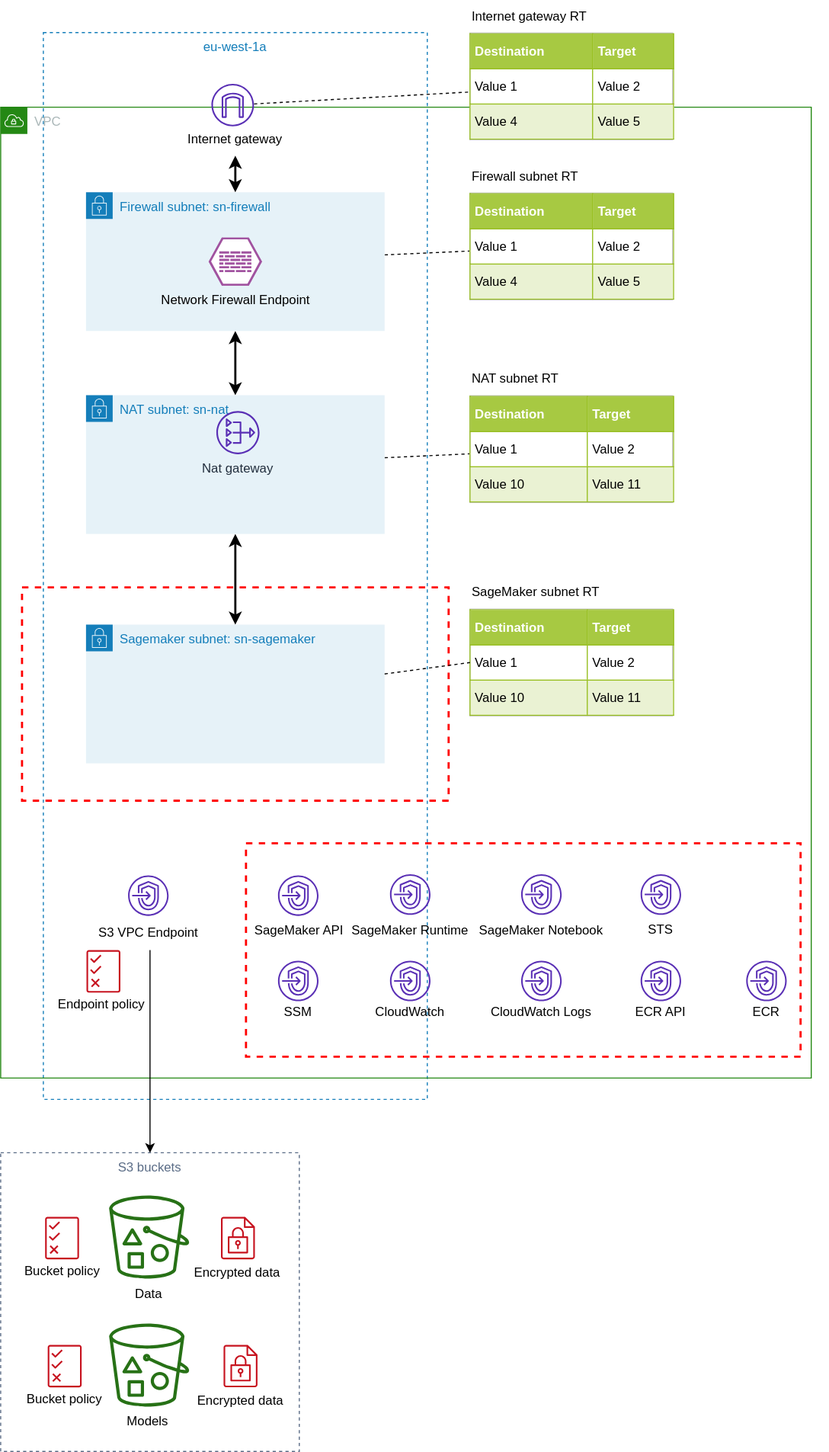
Earlier version of the draw.io export design/sagemaker-studio-vpc.drawio.svg (aws-samples/amazon-sagemaker-studio-vpc-networkfirewall). Source tidied: cells renumbered, new cells last; positions are measured from the earlier drawing's top-left corner, leaving out a move shared by most shapes.
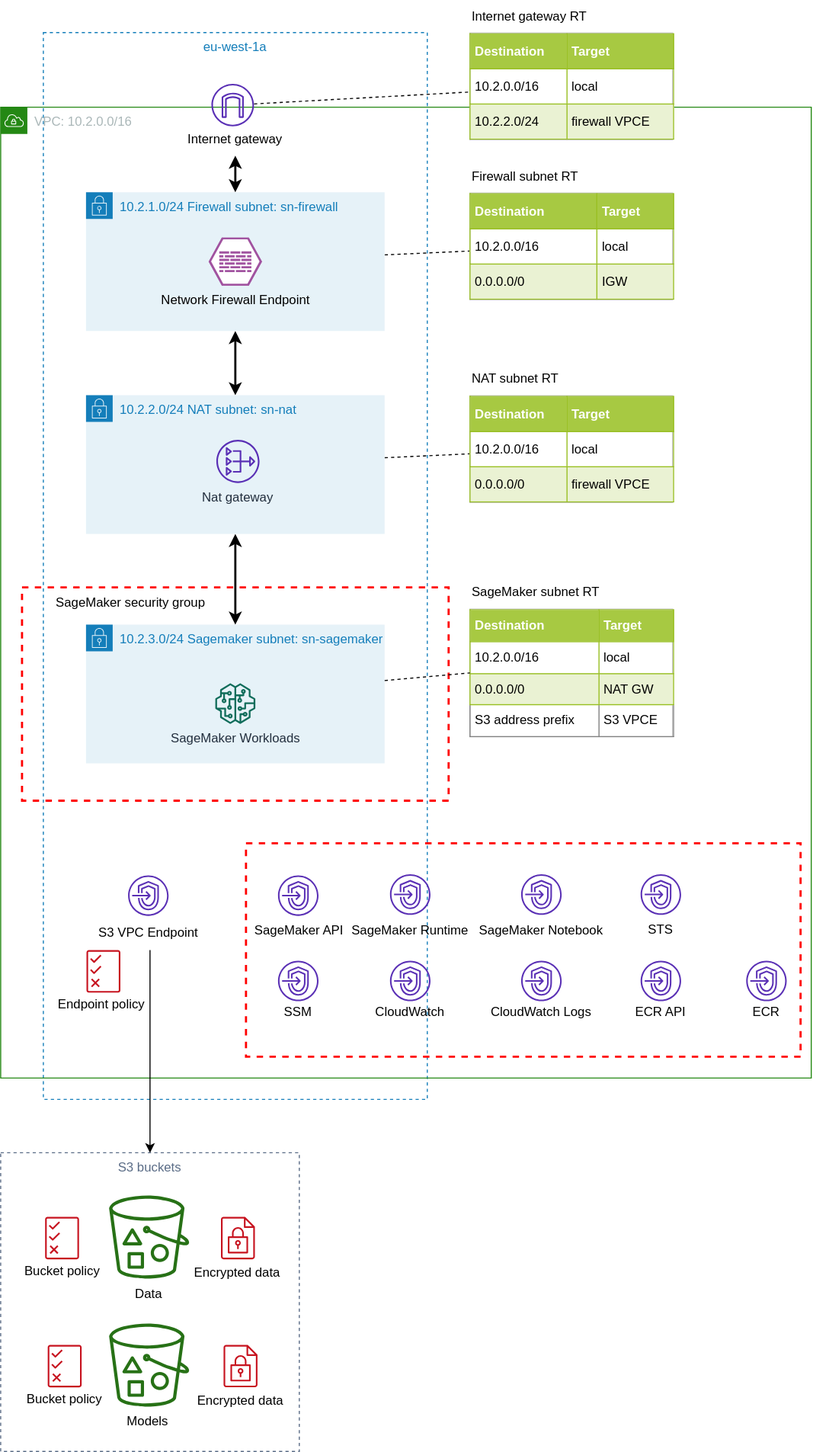
The same file after the commit.

What changed in the source:
```diff
@@ -8,15 +8,21 @@
     <mxCell id="3" value="S3 buckets" style="fillColor=none;strokeColor=#5A6C86;dashed=1;verticalAlign=top;fontStyle=0;fontColor=#5A6C86;align=center;" parent="1" vertex="1">
       <mxGeometry y="1080" width="280" height="280" as="geometry" />
     </mxCell>
-    <mxCell id="4" value="VPC" style="gradientColor=none;html=1;whiteSpace=wrap;fontSize=12;fontStyle=0;shape=mxgraph.aws4.group;grIcon=mxgraph.aws4.group_vpc;strokeColor=#248814;fillColor=none;verticalAlign=top;align=left;spacingLeft=30;fontColor=#AAB7B8;dashed=0;" parent="1" vertex="1">
+    <mxCell id="4" value="VPC: 10.2.0.0/16" style="gradientColor=none;html=1;whiteSpace=wrap;fontSize=12;fontStyle=0;shape=mxgraph.aws4.group;grIcon=mxgraph.aws4.group_vpc;strokeColor=#248814;fillColor=none;verticalAlign=top;align=left;spacingLeft=30;fontColor=#AAB7B8;dashed=0;" parent="1" vertex="1">
       <mxGeometry y="100" width="760" height="910" as="geometry" />
     </mxCell>
-    <mxCell id="5" value="SageMaker SecurityGroup" style="fontStyle=0;verticalAlign=top;align=center;spacingTop=-2;fillColor=none;rounded=0;whiteSpace=wrap;html=1;strokeColor=#FF0000;strokeWidth=2;dashed=1;fontColor=#FFFFFF;" parent="1" vertex="1">
+    <mxCell id="5" style="fontStyle=0;verticalAlign=top;align=center;spacingTop=-2;fillColor=none;rounded=0;whiteSpace=wrap;html=1;strokeColor=#FF0000;strokeWidth=2;dashed=1;fontColor=#FFFFFF;" parent="1" vertex="1">
       <mxGeometry x="20" y="550" width="400" height="200" as="geometry" />
     </mxCell>
-    <mxCell id="6" value="Sagemaker subnet: sn-sagemaker" style="points=[[0,0],[0.25,0],[0.5,0],[0.75,0],[1,0],[1,0.25],[1,0.5],[1,0.75],[1,1],[0.75,1],[0.5,1],[0.25,1],[0,1],[0,0.75],[0,0.5],[0,0.25]];outlineConnect=0;gradientColor=none;html=1;whiteSpace=wrap;fontSize=12;fontStyle=0;shape=mxgraph.aws4.group;grIcon=mxgraph.aws4.group_security_group;grStroke=0;strokeColor=#147EBA;fillColor=#E6F2F8;verticalAlign=top;align=left;spacingLeft=30;fontColor=#147EBA;dashed=0;" parent="5" vertex="1">
+    <mxCell id="6" value="10.2.3.0/24 Sagemaker subnet: sn-sagemaker" style="points=[[0,0],[0.25,0],[0.5,0],[0.75,0],[1,0],[1,0.25],[1,0.5],[1,0.75],[1,1],[0.75,1],[0.5,1],[0.25,1],[0,1],[0,0.75],[0,0.5],[0,0.25]];outlineConnect=0;gradientColor=none;html=1;whiteSpace=wrap;fontSize=12;fontStyle=0;shape=mxgraph.aws4.group;grIcon=mxgraph.aws4.group_security_group;grStroke=0;strokeColor=#147EBA;fillColor=#E6F2F8;verticalAlign=top;align=left;spacingLeft=30;fontColor=#147EBA;dashed=0;" parent="5" vertex="1">
       <mxGeometry x="60" y="35" width="280" height="130" as="geometry" />
     </mxCell>
+    <mxCell id="83" value="SageMaker security group" style="text;html=1;strokeColor=none;fillColor=none;align=left;verticalAlign=middle;whiteSpace=wrap;rounded=0;" parent="5" vertex="1">
+      <mxGeometry x="30" width="168" height="30.5" as="geometry" />
+    </mxCell>
+    <mxCell id="84" value="SageMaker Workloads" style="fontColor=#232F3E;gradientColor=none;fillColor=#116D5B;strokeColor=none;dashed=0;verticalLabelPosition=bottom;verticalAlign=top;align=center;html=1;fontSize=12;fontStyle=0;shape=mxgraph.aws4.sagemaker_model;" parent="5" vertex="1">
+      <mxGeometry x="181" y="90" width="38" height="38" as="geometry" />
+    </mxCell>
     <mxCell id="7" style="edgeStyle=orthogonalEdgeStyle;rounded=0;jettySize=auto;html=1;startArrow=classic;startFill=1;strokeWidth=2;" parent="1" edge="1" source="10" target="64">
       <mxGeometry relative="1" as="geometry" />
     </mxCell>
@@ -26,7 +32,7 @@
     <mxCell id="9" style="edgeStyle=none;rounded=0;jettySize=auto;html=1;dashed=1;startArrow=none;startFill=0;endArrow=none;endFill=0;strokeWidth=1;" parent="1" edge="1" source="10" target="73">
       <mxGeometry relative="1" as="geometry" />
     </mxCell>
-    <mxCell id="10" value="Firewall subnet: sn-firewall" style="points=[[0,0],[0.25,0],[0.5,0],[0.75,0],[1,0],[1,0.25],[1,0.5],[1,0.75],[1,1],[0.75,1],[0.5,1],[0.25,1],[0,1],[0,0.75],[0,0.5],[0,0.25]];outlineConnect=0;gradientColor=none;html=1;whiteSpace=wrap;fontSize=12;fontStyle=0;shape=mxgraph.aws4.group;grIcon=mxgraph.aws4.group_security_group;grStroke=0;strokeColor=#147EBA;fillColor=#E6F2F8;verticalAlign=top;align=left;spacingLeft=30;fontColor=#147EBA;dashed=0;" parent="1" vertex="1">
+    <mxCell id="10" value="10.2.1.0/24 Firewall subnet: sn-firewall" style="points=[[0,0],[0.25,0],[0.5,0],[0.75,0],[1,0],[1,0.25],[1,0.5],[1,0.75],[1,1],[0.75,1],[0.5,1],[0.25,1],[0,1],[0,0.75],[0,0.5],[0,0.25]];outlineConnect=0;gradientColor=none;html=1;whiteSpace=wrap;fontSize=12;fontStyle=0;shape=mxgraph.aws4.group;grIcon=mxgraph.aws4.group_security_group;grStroke=0;strokeColor=#147EBA;fillColor=#E6F2F8;verticalAlign=top;align=left;spacingLeft=30;fontColor=#147EBA;dashed=0;" parent="1" vertex="1">
       <mxGeometry x="80" y="179.8" width="280" height="130" as="geometry" />
     </mxCell>
     <mxCell id="11" value="Network Firewall Endpoint" style="verticalLabelPosition=bottom;html=1;fillColor=#A153A0;strokeColor=#ffffff;verticalAlign=top;align=center;shape=mxgraph.cisco_safe.compositeIcon;bgIcon=mxgraph.cisco_safe.design.blank_device;resIcon=mxgraph.cisco_safe.design.firewall_2;fontColor=#000000;" parent="1" vertex="1">
@@ -197,16 +203,16 @@
     <mxCell id="66" style="edgeStyle=none;rounded=0;jettySize=auto;html=1;dashed=1;startArrow=none;startFill=0;endArrow=none;endFill=0;strokeWidth=1;" parent="1" edge="1" source="67" target="80">
       <mxGeometry relative="1" as="geometry" />
     </mxCell>
-    <mxCell id="67" value="NAT subnet: sn-nat" style="points=[[0,0],[0.25,0],[0.5,0],[0.75,0],[1,0],[1,0.25],[1,0.5],[1,0.75],[1,1],[0.75,1],[0.5,1],[0.25,1],[0,1],[0,0.75],[0,0.5],[0,0.25]];outlineConnect=0;gradientColor=none;html=1;whiteSpace=wrap;fontSize=12;fontStyle=0;shape=mxgraph.aws4.group;grIcon=mxgraph.aws4.group_security_group;grStroke=0;strokeColor=#147EBA;fillColor=#E6F2F8;verticalAlign=top;align=left;spacingLeft=30;fontColor=#147EBA;dashed=0;" parent="1" vertex="1">
+    <mxCell id="67" value="10.2.2.0/24 NAT subnet: sn-nat" style="points=[[0,0],[0.25,0],[0.5,0],[0.75,0],[1,0],[1,0.25],[1,0.5],[1,0.75],[1,1],[0.75,1],[0.5,1],[0.25,1],[0,1],[0,0.75],[0,0.5],[0,0.25]];outlineConnect=0;gradientColor=none;html=1;whiteSpace=wrap;fontSize=12;fontStyle=0;shape=mxgraph.aws4.group;grIcon=mxgraph.aws4.group_security_group;grStroke=0;strokeColor=#147EBA;fillColor=#E6F2F8;verticalAlign=top;align=left;spacingLeft=30;fontColor=#147EBA;dashed=0;" parent="1" vertex="1">
       <mxGeometry x="80" y="370" width="280" height="130" as="geometry" />
     </mxCell>
     <mxCell id="68" value="Nat gateway" style="fontColor=#232F3E;gradientColor=none;fillColor=#5A30B5;strokeColor=none;dashed=0;verticalLabelPosition=bottom;verticalAlign=top;align=center;html=1;fontSize=12;fontStyle=0;shape=mxgraph.aws4.nat_gateway;" parent="1" vertex="1">
-      <mxGeometry x="202.2" y="384.8" width="40.5" height="40.5" as="geometry" />
+      <mxGeometry x="202.2" y="411.8" width="40.5" height="40.5" as="geometry" />
     </mxCell>
     <mxCell id="69" style="group;" parent="1" vertex="1">
       <mxGeometry x="440" width="190" height="130.5" as="geometry" />
     </mxCell>
-    <mxCell id="70" value="&lt;table border=&quot;1&quot; width=&quot;100%&quot; cellpadding=&quot;4&quot; style=&quot;width: 100% ; height: 100% ; border-collapse: collapse&quot;&gt;&lt;tbody&gt;&lt;tr style=&quot;background-color: #a7c942 ; color: #ffffff ; border: 1px solid #98bf21&quot;&gt;&lt;th align=&quot;left&quot;&gt;Destination&lt;/th&gt;&lt;th align=&quot;left&quot;&gt;Target&lt;/th&gt;&lt;/tr&gt;&lt;tr style=&quot;border: 1px solid #98bf21&quot;&gt;&lt;td&gt;Value 1&lt;/td&gt;&lt;td&gt;Value 2&lt;/td&gt;&lt;/tr&gt;&lt;tr style=&quot;background-color: #eaf2d3 ; border: 1px solid #98bf21&quot;&gt;&lt;td&gt;Value 4&lt;/td&gt;&lt;td&gt;Value 5&lt;/td&gt;&lt;/tr&gt;&lt;/tbody&gt;&lt;/table&gt;" style="text;html=1;strokeColor=#c0c0c0;fillColor=#ffffff;overflow=fill;rounded=0;" parent="69" vertex="1">
+    <mxCell id="70" value="&lt;table border=&quot;1&quot; width=&quot;100%&quot; cellpadding=&quot;4&quot; style=&quot;width: 100% ; height: 100% ; border-collapse: collapse&quot;&gt;&lt;tbody&gt;&lt;tr style=&quot;background-color: #a7c942 ; color: #ffffff ; border: 1px solid #98bf21&quot;&gt;&lt;th align=&quot;left&quot;&gt;Destination&lt;/th&gt;&lt;th align=&quot;left&quot;&gt;Target&lt;/th&gt;&lt;/tr&gt;&lt;tr style=&quot;border: 1px solid #98bf21&quot;&gt;&lt;td&gt;&lt;font color=&quot;#000000&quot;&gt;10.2.0.0/16&lt;/font&gt;&lt;/td&gt;&lt;td&gt;&lt;font color=&quot;#000000&quot;&gt;local&lt;/font&gt;&lt;/td&gt;&lt;/tr&gt;&lt;tr style=&quot;background-color: #eaf2d3 ; border: 1px solid #98bf21&quot;&gt;&lt;td&gt;&lt;font color=&quot;#000000&quot;&gt;10.2.2.0/24&lt;/font&gt;&lt;/td&gt;&lt;td&gt;&lt;font color=&quot;#000000&quot;&gt;firewall VPCE&lt;/font&gt;&lt;/td&gt;&lt;/tr&gt;&lt;/tbody&gt;&lt;/table&gt;" style="text;html=1;strokeColor=#c0c0c0;fillColor=#ffffff;overflow=fill;rounded=0;" parent="69" vertex="1">
       <mxGeometry y="30.5" width="190" height="100" as="geometry" />
     </mxCell>
     <mxCell id="71" value="Internet gateway RT" style="text;html=1;strokeColor=none;fillColor=none;align=left;verticalAlign=middle;whiteSpace=wrap;rounded=0;" parent="69" vertex="1">
@@ -215,20 +221,20 @@
     <mxCell id="72" style="group;" parent="1" vertex="1">
       <mxGeometry x="440" y="150" width="190" height="130.5" as="geometry" />
     </mxCell>
-    <mxCell id="73" value="&lt;table border=&quot;1&quot; width=&quot;100%&quot; cellpadding=&quot;4&quot; style=&quot;width: 100% ; height: 100% ; border-collapse: collapse&quot;&gt;&lt;tbody&gt;&lt;tr style=&quot;background-color: #a7c942 ; color: #ffffff ; border: 1px solid #98bf21&quot;&gt;&lt;th align=&quot;left&quot;&gt;Destination&lt;/th&gt;&lt;th align=&quot;left&quot;&gt;Target&lt;/th&gt;&lt;/tr&gt;&lt;tr style=&quot;border: 1px solid #98bf21&quot;&gt;&lt;td&gt;Value 1&lt;/td&gt;&lt;td&gt;Value 2&lt;/td&gt;&lt;/tr&gt;&lt;tr style=&quot;background-color: #eaf2d3 ; border: 1px solid #98bf21&quot;&gt;&lt;td&gt;Value 4&lt;/td&gt;&lt;td&gt;Value 5&lt;/td&gt;&lt;/tr&gt;&lt;/tbody&gt;&lt;/table&gt;" style="text;html=1;strokeColor=#c0c0c0;fillColor=#ffffff;overflow=fill;rounded=0;" parent="72" vertex="1">
+    <mxCell id="73" value="&lt;table border=&quot;1&quot; width=&quot;100%&quot; cellpadding=&quot;4&quot; style=&quot;width: 100% ; height: 100% ; border-collapse: collapse&quot;&gt;&lt;tbody&gt;&lt;tr style=&quot;background-color: #a7c942 ; color: #ffffff ; border: 1px solid #98bf21&quot;&gt;&lt;th align=&quot;left&quot;&gt;Destination&lt;/th&gt;&lt;th align=&quot;left&quot;&gt;Target&lt;/th&gt;&lt;/tr&gt;&lt;tr style=&quot;border: 1px solid #98bf21&quot;&gt;&lt;td&gt;&lt;font color=&quot;#000000&quot;&gt;10.2.0.0/16&lt;/font&gt;&lt;/td&gt;&lt;td&gt;&lt;font color=&quot;#000000&quot;&gt;local&lt;/font&gt;&lt;/td&gt;&lt;/tr&gt;&lt;tr style=&quot;background-color: #eaf2d3 ; border: 1px solid #98bf21&quot;&gt;&lt;td&gt;&lt;font color=&quot;#000000&quot;&gt;0.0.0.0/0&lt;/font&gt;&lt;/td&gt;&lt;td&gt;&lt;font color=&quot;#000000&quot;&gt;IGW&lt;/font&gt;&lt;/td&gt;&lt;/tr&gt;&lt;/tbody&gt;&lt;/table&gt;" style="text;html=1;strokeColor=#c0c0c0;fillColor=#ffffff;overflow=fill;rounded=0;" parent="72" vertex="1">
       <mxGeometry y="30.5" width="190" height="100" as="geometry" />
     </mxCell>
     <mxCell id="74" value="Firewall subnet RT" style="text;html=1;strokeColor=none;fillColor=none;align=left;verticalAlign=middle;whiteSpace=wrap;rounded=0;" parent="72" vertex="1">
       <mxGeometry width="130" height="30.5" as="geometry" />
     </mxCell>
     <mxCell id="75" style="group;" parent="1" vertex="1">
-      <mxGeometry x="440" y="540" width="190" height="130.5" as="geometry" />
+      <mxGeometry x="440" y="540" width="190" height="150" as="geometry" />
     </mxCell>
     <mxCell id="76" value="SageMaker subnet RT" style="text;html=1;strokeColor=none;fillColor=none;align=left;verticalAlign=middle;whiteSpace=wrap;rounded=0;" parent="75" vertex="1">
       <mxGeometry width="130" height="30.5" as="geometry" />
     </mxCell>
-    <mxCell id="77" value="&lt;table border=&quot;1&quot; width=&quot;100%&quot; cellpadding=&quot;4&quot; style=&quot;width: 100% ; height: 100% ; border-collapse: collapse&quot;&gt;&lt;tbody&gt;&lt;tr style=&quot;background-color: #a7c942 ; color: #ffffff ; border: 1px solid #98bf21&quot;&gt;&lt;th align=&quot;left&quot;&gt;Destination&lt;/th&gt;&lt;th align=&quot;left&quot;&gt;Target&lt;/th&gt;&lt;/tr&gt;&lt;tr style=&quot;border: 1px solid #98bf21&quot;&gt;&lt;td&gt;Value 1&lt;/td&gt;&lt;td&gt;Value 2&lt;/td&gt;&lt;/tr&gt;&lt;tr style=&quot;background-color: #eaf2d3 ; border: 1px solid #98bf21&quot;&gt;&lt;td&gt;Value 10&lt;/td&gt;&lt;td&gt;Value 11&lt;/td&gt;&lt;/tr&gt;&lt;/tbody&gt;&lt;/table&gt;" style="text;html=1;strokeColor=#c0c0c0;fillColor=#ffffff;overflow=fill;rounded=0;" parent="75" vertex="1">
-      <mxGeometry y="30.5" width="190" height="100" as="geometry" />
+    <mxCell id="77" value="&lt;table border=&quot;1&quot; width=&quot;100%&quot; cellpadding=&quot;4&quot; style=&quot;width: 100% ; height: 100% ; border-collapse: collapse&quot;&gt;&lt;tbody&gt;&lt;tr style=&quot;background-color: #a7c942 ; color: #ffffff ; border: 1px solid #98bf21&quot;&gt;&lt;th align=&quot;left&quot;&gt;Destination&lt;/th&gt;&lt;th align=&quot;left&quot;&gt;Target&lt;/th&gt;&lt;/tr&gt;&lt;tr style=&quot;border: 1px solid #98bf21&quot;&gt;&lt;td&gt;&lt;font color=&quot;#000000&quot;&gt;10.2.0.0/16&lt;/font&gt;&lt;/td&gt;&lt;td&gt;&lt;font color=&quot;#000000&quot;&gt;local&lt;/font&gt;&lt;/td&gt;&lt;/tr&gt;&lt;tr style=&quot;background-color: #eaf2d3 ; border: 1px solid #98bf21&quot;&gt;&lt;td&gt;&lt;font color=&quot;#000000&quot;&gt;0.0.0.0/0&lt;/font&gt;&lt;/td&gt;&lt;td&gt;&lt;font color=&quot;#000000&quot;&gt;NAT GW&lt;/font&gt;&lt;/td&gt;&lt;/tr&gt;&lt;tr&gt;&lt;td&gt;&lt;font color=&quot;#000000&quot;&gt;S3 address prefix&lt;/font&gt;&lt;/td&gt;&lt;td&gt;&lt;font color=&quot;#000000&quot;&gt;S3 VPCE&lt;/font&gt;&lt;/td&gt;&lt;/tr&gt;&lt;/tbody&gt;&lt;/table&gt;" style="text;html=1;strokeColor=#c0c0c0;fillColor=#ffffff;overflow=fill;rounded=0;" parent="75" vertex="1">
+      <mxGeometry y="30.5" width="190" height="119.5" as="geometry" />
     </mxCell>
     <mxCell id="78" style="group;" parent="1" vertex="1">
       <mxGeometry x="440" y="340" width="190" height="130.5" as="geometry" />
@@ -236,7 +242,7 @@
     <mxCell id="79" value="NAT subnet RT" style="text;html=1;strokeColor=none;fillColor=none;align=left;verticalAlign=middle;whiteSpace=wrap;rounded=0;" parent="78" vertex="1">
       <mxGeometry width="130" height="30.5" as="geometry" />
     </mxCell>
-    <mxCell id="80" value="&lt;table border=&quot;1&quot; width=&quot;100%&quot; cellpadding=&quot;4&quot; style=&quot;width: 100% ; height: 100% ; border-collapse: collapse&quot;&gt;&lt;tbody&gt;&lt;tr style=&quot;background-color: #a7c942 ; color: #ffffff ; border: 1px solid #98bf21&quot;&gt;&lt;th align=&quot;left&quot;&gt;Destination&lt;/th&gt;&lt;th align=&quot;left&quot;&gt;Target&lt;/th&gt;&lt;/tr&gt;&lt;tr style=&quot;border: 1px solid #98bf21&quot;&gt;&lt;td&gt;Value 1&lt;/td&gt;&lt;td&gt;Value 2&lt;/td&gt;&lt;/tr&gt;&lt;tr style=&quot;background-color: #eaf2d3 ; border: 1px solid #98bf21&quot;&gt;&lt;td&gt;Value 10&lt;/td&gt;&lt;td&gt;Value 11&lt;/td&gt;&lt;/tr&gt;&lt;/tbody&gt;&lt;/table&gt;" style="text;html=1;strokeColor=#c0c0c0;fillColor=#ffffff;overflow=fill;rounded=0;" parent="78" vertex="1">
+    <mxCell id="80" value="&lt;table border=&quot;1&quot; width=&quot;100%&quot; cellpadding=&quot;4&quot; style=&quot;width: 100% ; height: 100% ; border-collapse: collapse&quot;&gt;&lt;tbody&gt;&lt;tr style=&quot;background-color: #a7c942 ; color: #ffffff ; border: 1px solid #98bf21&quot;&gt;&lt;th align=&quot;left&quot;&gt;Destination&lt;/th&gt;&lt;th align=&quot;left&quot;&gt;Target&lt;/th&gt;&lt;/tr&gt;&lt;tr style=&quot;border: 1px solid #98bf21&quot;&gt;&lt;td&gt;&lt;font color=&quot;#000000&quot;&gt;10.2.0.0/16&lt;/font&gt;&lt;/td&gt;&lt;td&gt;&lt;font color=&quot;#000000&quot;&gt;local&lt;/font&gt;&lt;/td&gt;&lt;/tr&gt;&lt;tr style=&quot;background-color: #eaf2d3 ; border: 1px solid #98bf21&quot;&gt;&lt;td&gt;&lt;font color=&quot;#000000&quot;&gt;0.0.0.0/0&lt;/font&gt;&lt;/td&gt;&lt;td&gt;&lt;font color=&quot;#000000&quot;&gt;firewall VPCE&lt;/font&gt;&lt;/td&gt;&lt;/tr&gt;&lt;/tbody&gt;&lt;/table&gt;" style="text;html=1;strokeColor=#c0c0c0;fillColor=#ffffff;overflow=fill;rounded=0;" parent="78" vertex="1">
       <mxGeometry y="30.5" width="190" height="100" as="geometry" />
     </mxCell>
     <mxCell id="81" style="rounded=0;jettySize=auto;html=1;startArrow=none;startFill=0;strokeWidth=1;endArrow=none;endFill=0;dashed=1;" parent="1" edge="1" source="63" target="70">
```
